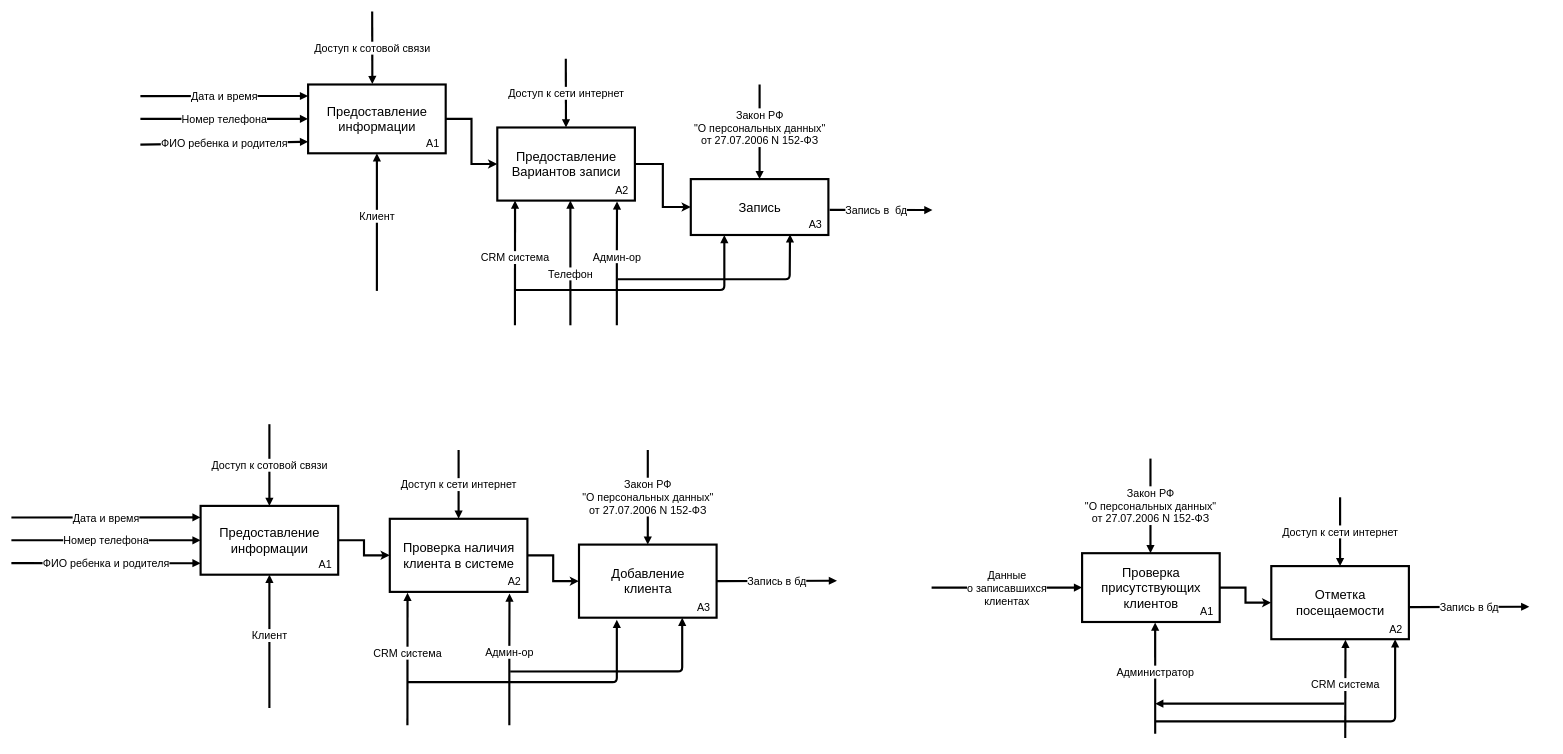
Above: TO_BE2.drawio in kirillgladkih/diplom (draw.io), before the change. Source tidied: cells renumbered, new cells numbered last; positions are measured from the earlier drawing's top-left corner, leaving out a move shared by most shapes. Both pictures are drawn from the tidied source at 43%, with x=0, y=0 at pixel (11, 11).
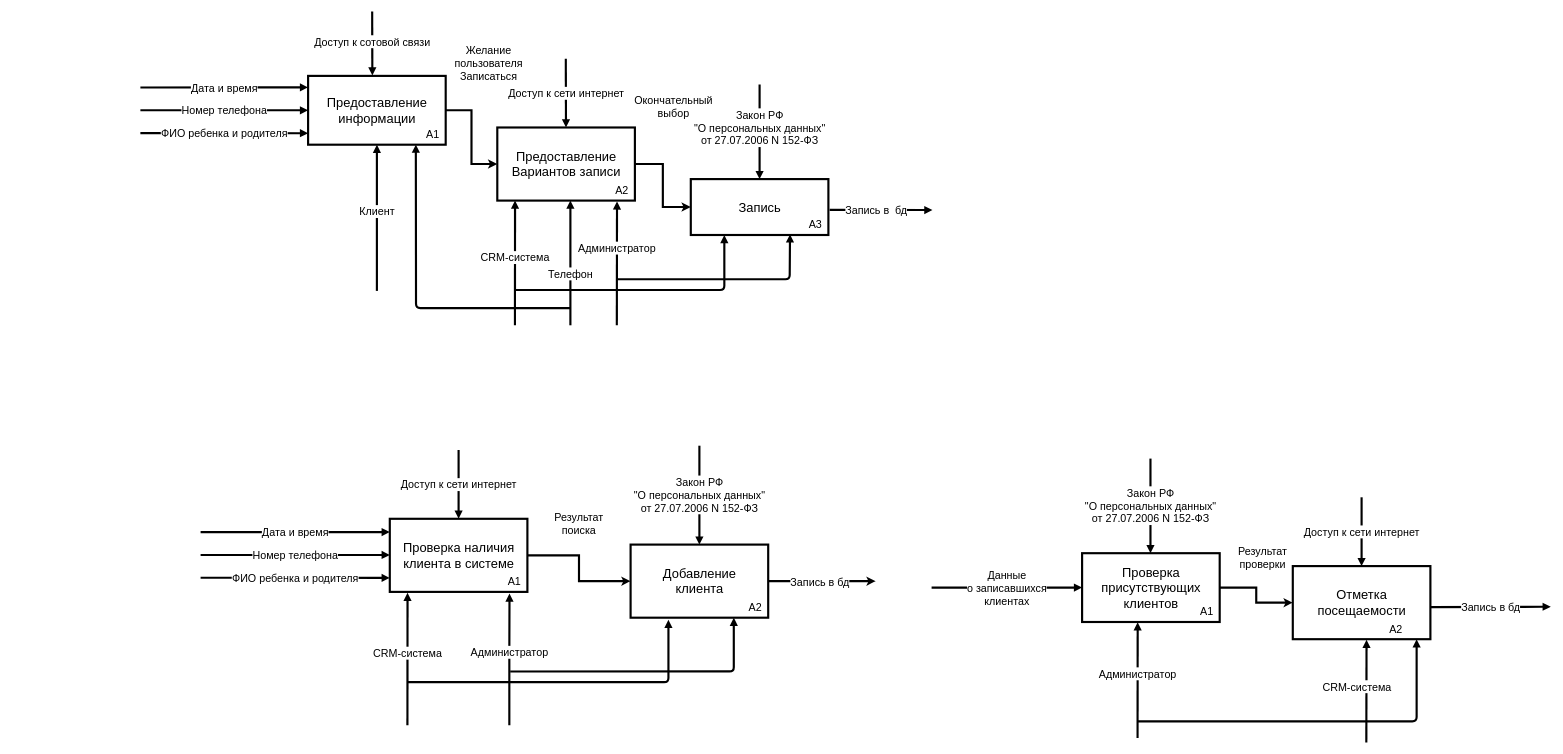
After the change.

Unchanged cells that the change refers to:
```xml
<mxCell id="11" value="&lt;div&gt;&lt;font style=&quot;font-size: 30px&quot;&gt;Проверка наличия&lt;/font&gt;&lt;/div&gt;&lt;div&gt;&lt;font style=&quot;font-size: 30px&quot;&gt;клиента в системе&lt;br&gt;&lt;/font&gt;&lt;/div&gt;" style="html=1;strokeWidth=5;" parent="1" vertex="1">
  <mxGeometry x="880" y="1180" width="320" height="170" as="geometry" />
</mxCell>
<mxCell id="45" value="&lt;div&gt;&lt;font style=&quot;font-size: 30px&quot;&gt;Проверка &lt;br&gt;&lt;/font&gt;&lt;/div&gt;&lt;div&gt;&lt;font style=&quot;font-size: 30px&quot;&gt;присутствующих&lt;/font&gt;&lt;/div&gt;&lt;div&gt;&lt;font style=&quot;font-size: 30px&quot;&gt;клиентов&lt;br&gt;&lt;/font&gt;&lt;/div&gt;" style="html=1;strokeWidth=5;" parent="1" vertex="1">
  <mxGeometry x="2490" y="1260" width="320" height="160" as="geometry" />
</mxCell>
```

Change to the diagram source:
```diff
@@
-    <mxCell id="3" style="edgeStyle=orthogonalEdgeStyle;rounded=0;jettySize=auto;html=1;entryX=0;entryY=0.5;entryDx=0;entryDy=0;strokeWidth=5;" parent="1" edge="1" source="4" target="11">
-      <mxGeometry relative="1" as="geometry" />
-    </mxCell>
-    <mxCell id="4" value="&lt;font style=&quot;font-size: 30px&quot;&gt;Предоставление&lt;br&gt;информации&lt;br&gt;&lt;/font&gt;" style="html=1;strokeWidth=5;" parent="1" vertex="1">
-      <mxGeometry x="440" y="1150" width="320" height="160" as="geometry" />
-    </mxCell>
-    <mxCell id="5" value="&lt;font&gt;&lt;font style=&quot;font-size: 25px&quot;&gt;Дата и время&lt;/font&gt;&lt;br&gt;&lt;/font&gt;" style="endArrow=block;endFill=1;endSize=6;html=1;strokeWidth=5;entryX=0;entryY=0.167;entryDx=0;entryDy=0;entryPerimeter=0;" parent="1" edge="1" target="4">
+    <mxCell id="5" value="&lt;font&gt;&lt;font style=&quot;font-size: 25px&quot;&gt;Дата и время&lt;/font&gt;&lt;br&gt;&lt;/font&gt;" style="endArrow=block;endFill=1;endSize=6;html=1;strokeWidth=5;entryX=0;entryY=0.167;entryDx=0;entryDy=0;entryPerimeter=0;" parent="1" edge="1">
       <mxGeometry relative="1" as="geometry">
-        <mxPoint y="1177" as="sourcePoint" />
+        <mxPoint x="440" y="1211.1" as="sourcePoint" />
+        <mxPoint x="880" y="1210.9" as="targetPoint" />
       </mxGeometry>
     </mxCell>
-    <mxCell id="6" value="&lt;font&gt;&lt;font style=&quot;font-size: 25px&quot;&gt;Номер телефона&lt;/font&gt;&lt;br&gt;&lt;/font&gt;" style="endArrow=block;endFill=1;endSize=6;html=1;strokeWidth=5;entryX=0;entryY=0.5;entryDx=0;entryDy=0;" parent="1" edge="1" target="4">
+    <mxCell id="6" value="&lt;font&gt;&lt;font style=&quot;font-size: 25px&quot;&gt;Номер телефона&lt;/font&gt;&lt;br&gt;&lt;/font&gt;" style="endArrow=block;endFill=1;endSize=6;html=1;strokeWidth=5;entryX=0;entryY=0.5;entryDx=0;entryDy=0;" parent="1" edge="1">
       <mxGeometry relative="1" as="geometry">
-        <mxPoint y="1230" as="sourcePoint" />
+        <mxPoint x="440" y="1264.1" as="sourcePoint" />
+        <mxPoint x="880" y="1264.1" as="targetPoint" />
       </mxGeometry>
     </mxCell>
-    <mxCell id="7" value="&lt;font&gt;&lt;font style=&quot;font-size: 25px&quot;&gt;ФИО ребенка и родителя&lt;/font&gt;&lt;br&gt;&lt;/font&gt;" style="endArrow=block;endFill=1;endSize=6;html=1;strokeWidth=5;entryX=0;entryY=0.833;entryDx=0;entryDy=0;entryPerimeter=0;" parent="1" edge="1" target="4">
+    <mxCell id="7" value="&lt;font&gt;&lt;font style=&quot;font-size: 25px&quot;&gt;ФИО ребенка и родителя&lt;/font&gt;&lt;br&gt;&lt;/font&gt;" style="endArrow=block;endFill=1;endSize=6;html=1;strokeWidth=5;entryX=0;entryY=0.833;entryDx=0;entryDy=0;entryPerimeter=0;" parent="1" edge="1">
       <mxGeometry relative="1" as="geometry">
-        <mxPoint y="1283" as="sourcePoint" />
+        <mxPoint x="440" y="1317.1" as="sourcePoint" />
+        <mxPoint x="880" y="1317.4" as="targetPoint" />
       </mxGeometry>
     </mxCell>
-    <mxCell id="8" value="&lt;font style=&quot;font-size: 25px&quot;&gt;A1&lt;/font&gt;" style="text;html=1;strokeColor=none;fillColor=none;align=center;verticalAlign=middle;whiteSpace=wrap;rounded=0;" parent="1" vertex="1">
-      <mxGeometry x="710" y="1270" width="40" height="30" as="geometry" />
-    </mxCell>
-    <mxCell id="9" value="&lt;font style=&quot;font-size: 25px&quot;&gt;Клиент&lt;/font&gt;" style="endArrow=block;endFill=1;endSize=6;html=1;strokeWidth=5;entryX=0.5;entryY=1;entryDx=0;entryDy=0;" parent="1" edge="1" target="4">
-      <mxGeometry x="0.09" relative="1" as="geometry">
-        <mxPoint x="600" y="1620" as="sourcePoint" />
-      </mxGeometry>
-    </mxCell>
@@
-    <mxCell id="12" value="&lt;font style=&quot;font-size: 25px&quot;&gt;A2&lt;/font&gt;" style="text;html=1;strokeColor=none;fillColor=none;align=center;verticalAlign=middle;whiteSpace=wrap;rounded=0;" parent="1" vertex="1">
+    <mxCell id="12" value="&lt;font style=&quot;font-size: 25px&quot;&gt;A1&lt;/font&gt;" style="text;html=1;strokeColor=none;fillColor=none;align=center;verticalAlign=middle;whiteSpace=wrap;rounded=0;" parent="1" vertex="1">
       <mxGeometry x="1150" y="1310" width="40" height="30" as="geometry" />
     </mxCell>
+    <mxCell id="57" style="edgeStyle=orthogonalEdgeStyle;rounded=0;jettySize=auto;html=1;strokeWidth=5;" parent="1" edge="1" source="13">
+      <mxGeometry relative="1" as="geometry">
+        <mxPoint x="2010" y="1325" as="targetPoint" />
+      </mxGeometry>
+    </mxCell>
+    <mxCell id="19" value="&lt;font style=&quot;font-size: 25px&quot;&gt;Запись в бд&lt;br&gt;&lt;/font&gt;" style="edgeLabel;html=1;align=center;verticalAlign=middle;" parent="57" vertex="1">
+      <mxGeometry x="-0.27" y="5" relative="1" as="geometry">
+        <mxPoint x="28.2" y="5" as="offset" />
+      </mxGeometry>
+    </mxCell>
     <mxCell id="13" value="&lt;div&gt;&lt;font style=&quot;font-size: 30px&quot;&gt;Добавление &lt;br&gt;&lt;/font&gt;&lt;/div&gt;&lt;div&gt;&lt;font style=&quot;font-size: 30px&quot;&gt;клиента&lt;br&gt;&lt;/font&gt;&lt;/div&gt;" style="html=1;strokeWidth=5;" parent="1" vertex="1">
-      <mxGeometry x="1320" y="1240" width="320" height="170" as="geometry" />
+      <mxGeometry x="1440" y="1240" width="320" height="170" as="geometry" />
     </mxCell>
-    <mxCell id="14" value="&lt;font style=&quot;font-size: 25px&quot;&gt;A3&lt;/font&gt;" style="text;html=1;strokeColor=none;fillColor=none;align=center;verticalAlign=middle;whiteSpace=wrap;rounded=0;" parent="1" vertex="1">
-      <mxGeometry x="1590" y="1370" width="40" height="30" as="geometry" />
+    <mxCell id="14" value="&lt;font style=&quot;font-size: 25px&quot;&gt;A2&lt;/font&gt;" style="text;html=1;strokeColor=none;fillColor=none;align=center;verticalAlign=middle;whiteSpace=wrap;rounded=0;" parent="1" vertex="1">
+      <mxGeometry x="1710" y="1370" width="40" height="30" as="geometry" />
     </mxCell>
-    <mxCell id="15" value="&lt;font style=&quot;font-size: 25px&quot;&gt;CRM система&lt;br&gt;&lt;/font&gt;" style="endArrow=block;endFill=1;endSize=6;html=1;strokeWidth=5;entryX=0.129;entryY=1.012;entryDx=0;entryDy=0;entryPerimeter=0;" parent="1" edge="1" target="11">
+    <mxCell id="15" value="&lt;font style=&quot;font-size: 25px&quot;&gt;CRM-система&lt;br&gt;&lt;/font&gt;" style="endArrow=block;endFill=1;endSize=6;html=1;strokeWidth=5;entryX=0.129;entryY=1.012;entryDx=0;entryDy=0;entryPerimeter=0;" parent="1" edge="1" target="11">
       <mxGeometry x="0.09" relative="1" as="geometry">
         <mxPoint x="921" y="1660" as="sourcePoint" />
       </mxGeometry>
     </mxCell>
-    <mxCell id="16" value="&lt;span style=&quot;font-size: 25px&quot;&gt;Админ-ор&lt;/span&gt;" style="endArrow=block;endFill=1;endSize=6;html=1;strokeWidth=5;entryX=0.87;entryY=1.023;entryDx=0;entryDy=0;entryPerimeter=0;" parent="1" edge="1" target="11">
+    <mxCell id="16" value="&lt;span style=&quot;font-size: 25px&quot;&gt;Администратор&lt;br&gt;&lt;/span&gt;" style="endArrow=block;endFill=1;endSize=6;html=1;strokeWidth=5;entryX=0.87;entryY=1.023;entryDx=0;entryDy=0;entryPerimeter=0;" parent="1" edge="1" target="11">
       <mxGeometry x="0.11" relative="1" as="geometry">
         <mxPoint x="1158" y="1660" as="sourcePoint" />
         <Array as="points">
           <mxPoint x="1158" y="1490" />
         </Array>
       </mxGeometry>
     </mxCell>
     <mxCell id="17" style="endArrow=block;endFill=1;endSize=6;html=1;strokeWidth=5;entryX=0.275;entryY=1.029;entryDx=0;entryDy=0;entryPerimeter=0;" parent="1" edge="1" target="13">
       <mxGeometry x="0.09" relative="1" as="geometry">
         <mxPoint x="920" y="1560" as="sourcePoint" />
         <Array as="points">
-          <mxPoint x="1408" y="1560" />
+          <mxPoint x="1528" y="1560" />
         </Array>
       </mxGeometry>
     </mxCell>
     <mxCell id="18" style="endArrow=block;endFill=1;endSize=6;html=1;strokeWidth=5;entryX=0.75;entryY=1;entryDx=0;entryDy=0;" parent="1" edge="1" target="13">
       <mxGeometry x="0.09" relative="1" as="geometry">
         <mxPoint x="1160" y="1535.1" as="sourcePoint" />
         <Array as="points">
-          <mxPoint x="1560" y="1535" />
+          <mxPoint x="1680" y="1535" />
         </Array>
       </mxGeometry>
     </mxCell>
-    <mxCell id="19" value="&lt;font&gt;&lt;font style=&quot;font-size: 25px&quot;&gt;Запись в бд&lt;br&gt;&lt;/font&gt;&lt;/font&gt;" style="endArrow=block;endFill=1;endSize=6;html=1;strokeWidth=5;exitX=1;exitY=0.5;exitDx=0;exitDy=0;" parent="1" edge="1" source="13">
-      <mxGeometry relative="1" as="geometry">
-        <mxPoint x="1920" y="1324" as="targetPoint" />
-      </mxGeometry>
-    </mxCell>
     <mxCell id="20" value="&lt;font style=&quot;font-size: 25px&quot;&gt;&lt;div&gt;Закон РФ&lt;/div&gt;&lt;div&gt;&quot;О персональных данных&quot;&lt;/div&gt;&lt;div&gt;от 27.07.2006 N 152-ФЗ&lt;/div&gt;&lt;/font&gt;" style="endArrow=block;endFill=1;endSize=6;html=1;strokeWidth=5;entryX=0.5;entryY=0;entryDx=0;entryDy=0;" parent="1" edge="1" target="13">
       <mxGeometry relative="1" as="geometry">
-        <mxPoint x="1480" y="1020" as="sourcePoint" />
+        <mxPoint x="1600" y="1010" as="sourcePoint" />
         <mxPoint y="-1" as="offset" />
       </mxGeometry>
     </mxCell>
@@
-    <mxCell id="22" value="&lt;font&gt;&lt;font style=&quot;font-size: 25px&quot;&gt;Доступ к сотовой связи&lt;/font&gt;&lt;br&gt;&lt;/font&gt;" style="endArrow=block;endFill=1;endSize=6;html=1;strokeWidth=5;entryX=0.5;entryY=0;entryDx=0;entryDy=0;" parent="1" edge="1" target="4">
-      <mxGeometry relative="1" as="geometry">
-        <mxPoint x="600" y="960" as="sourcePoint" />
-      </mxGeometry>
-    </mxCell>
@@
     <mxCell id="24" value="&lt;font style=&quot;font-size: 30px&quot;&gt;Предоставление&lt;br&gt;информации&lt;br&gt;&lt;/font&gt;" style="html=1;strokeWidth=5;" parent="1" vertex="1">
-      <mxGeometry x="690" y="170" width="320" height="160" as="geometry" />
+      <mxGeometry x="690" y="150" width="320" height="160" as="geometry" />
     </mxCell>
     <mxCell id="25" value="&lt;font&gt;&lt;font style=&quot;font-size: 25px&quot;&gt;Доступ к сотовой связи&lt;/font&gt;&lt;br&gt;&lt;/font&gt;" style="endArrow=block;endFill=1;endSize=6;html=1;strokeWidth=5;entryX=0.467;entryY=-0.006;entryDx=0;entryDy=0;entryPerimeter=0;" parent="1" edge="1" target="24">
-      <mxGeometry relative="1" as="geometry">
+      <mxGeometry x="-0.06" relative="1" as="geometry">
         <mxPoint x="839" as="sourcePoint" />
       </mxGeometry>
     </mxCell>
     <mxCell id="26" value="&lt;font&gt;&lt;font style=&quot;font-size: 25px&quot;&gt;Дата и время&lt;/font&gt;&lt;br&gt;&lt;/font&gt;" style="endArrow=block;endFill=1;endSize=6;html=1;strokeWidth=5;entryX=0;entryY=0.167;entryDx=0;entryDy=0;entryPerimeter=0;" parent="1" edge="1" target="24">
       <mxGeometry relative="1" as="geometry">
-        <mxPoint x="300" y="197" as="sourcePoint" />
+        <mxPoint x="300" y="177" as="sourcePoint" />
       </mxGeometry>
     </mxCell>
     <mxCell id="27" value="&lt;font&gt;&lt;font style=&quot;font-size: 25px&quot;&gt;Номер телефона&lt;/font&gt;&lt;br&gt;&lt;/font&gt;" style="endArrow=block;endFill=1;endSize=6;html=1;strokeWidth=5;entryX=0;entryY=0.5;entryDx=0;entryDy=0;" parent="1" edge="1" target="24">
       <mxGeometry relative="1" as="geometry">
-        <mxPoint x="300" y="250" as="sourcePoint" />
+        <mxPoint x="300" y="230" as="sourcePoint" />
       </mxGeometry>
     </mxCell>
     <mxCell id="28" value="&lt;font&gt;&lt;font style=&quot;font-size: 25px&quot;&gt;ФИО ребенка и родителя&lt;/font&gt;&lt;br&gt;&lt;/font&gt;" style="endArrow=block;endFill=1;endSize=6;html=1;strokeWidth=5;entryX=0;entryY=0.833;entryDx=0;entryDy=0;entryPerimeter=0;" parent="1" edge="1" target="24">
       <mxGeometry relative="1" as="geometry">
-        <mxPoint x="300" y="310" as="sourcePoint" />
+        <mxPoint x="300" y="283" as="sourcePoint" />
       </mxGeometry>
     </mxCell>
@@
     <mxCell id="35" value="&lt;font style=&quot;font-size: 25px&quot;&gt;A1&lt;/font&gt;" style="text;html=1;strokeColor=none;fillColor=none;align=center;verticalAlign=middle;whiteSpace=wrap;rounded=0;" parent="1" vertex="1">
-      <mxGeometry x="960" y="290" width="40" height="30" as="geometry" />
+      <mxGeometry x="960" y="270" width="40" height="30" as="geometry" />
     </mxCell>
@@
-    <mxCell id="39" value="&lt;font style=&quot;font-size: 25px&quot;&gt;CRM система&lt;br&gt;&lt;/font&gt;" style="endArrow=block;endFill=1;endSize=6;html=1;strokeWidth=5;entryX=0.129;entryY=1.012;entryDx=0;entryDy=0;entryPerimeter=0;" parent="1" edge="1">
+    <mxCell id="39" value="&lt;font style=&quot;font-size: 25px&quot;&gt;CRM-система&lt;br&gt;&lt;/font&gt;" style="endArrow=block;endFill=1;endSize=6;html=1;strokeWidth=5;entryX=0.129;entryY=1.012;entryDx=0;entryDy=0;entryPerimeter=0;" parent="1" edge="1">
       <mxGeometry x="0.09" relative="1" as="geometry">
         <mxPoint x="1171" y="730" as="sourcePoint" />
         <mxPoint x="1171.3" y="440" as="targetPoint" />
       </mxGeometry>
     </mxCell>
-    <mxCell id="40" value="&lt;span style=&quot;font-size: 25px&quot;&gt;Админ-ор&lt;/span&gt;" style="endArrow=block;endFill=1;endSize=6;html=1;strokeWidth=5;entryX=0.87;entryY=1.023;entryDx=0;entryDy=0;entryPerimeter=0;" parent="1" edge="1">
-      <mxGeometry x="0.11" relative="1" as="geometry">
+    <mxCell id="40" value="&lt;span style=&quot;font-size: 25px&quot;&gt;Администратор&lt;/span&gt;" style="endArrow=block;endFill=1;endSize=6;html=1;strokeWidth=5;entryX=0.87;entryY=1.023;entryDx=0;entryDy=0;entryPerimeter=0;" parent="1" edge="1">
+      <mxGeometry x="0.25" relative="1" as="geometry">
         <mxPoint x="1408" y="730" as="sourcePoint" />
         <mxPoint x="1408.4" y="441.9" as="targetPoint" />
-        <Array as="points">
-          <mxPoint x="1408" y="578" />
-        </Array>
       </mxGeometry>
     </mxCell>
@@
     <mxCell id="48" value="&lt;div&gt;&lt;font style=&quot;font-size: 30px&quot;&gt;Отметка &lt;br&gt;&lt;/font&gt;&lt;/div&gt;&lt;div&gt;&lt;font style=&quot;font-size: 30px&quot;&gt;посещаемости&lt;br&gt;&lt;/font&gt;&lt;/div&gt;" style="html=1;strokeWidth=5;" parent="1" vertex="1">
-      <mxGeometry x="2930" y="1290" width="320" height="170" as="geometry" />
+      <mxGeometry x="2980" y="1290" width="320" height="170" as="geometry" />
     </mxCell>
@@
-    <mxCell id="50" value="&lt;font style=&quot;font-size: 25px&quot;&gt;CRM система&lt;br&gt;&lt;/font&gt;" style="endArrow=block;endFill=1;endSize=6;html=1;strokeWidth=5;entryX=0.539;entryY=1.008;entryDx=0;entryDy=0;entryPerimeter=0;" parent="1" edge="1" target="48">
-      <mxGeometry x="0.09" relative="1" as="geometry">
-        <mxPoint x="3102" y="1690" as="sourcePoint" />
+    <mxCell id="50" value="&lt;font style=&quot;font-size: 25px&quot;&gt;CRM-система&lt;br&gt;&lt;/font&gt;" style="endArrow=block;endFill=1;endSize=6;html=1;strokeWidth=5;entryX=0.539;entryY=1.008;entryDx=0;entryDy=0;entryPerimeter=0;" parent="1" edge="1">
+      <mxGeometry x="0.09" y="22" relative="1" as="geometry">
+        <mxPoint x="3151" y="1700" as="sourcePoint" />
+        <mxPoint x="3151.5" y="1461.4" as="targetPoint" />
       </mxGeometry>
     </mxCell>
-    <mxCell id="51" value="&lt;span style=&quot;font-size: 25px&quot;&gt;Администратор&lt;br&gt;&lt;/span&gt;" style="endArrow=block;endFill=1;endSize=6;html=1;strokeWidth=5;entryX=0.531;entryY=1.007;entryDx=0;entryDy=0;entryPerimeter=0;" parent="1" edge="1" target="45">
+    <mxCell id="51" value="&lt;span style=&quot;font-size: 25px&quot;&gt;Администратор&lt;br&gt;&lt;/span&gt;" style="endArrow=block;endFill=1;endSize=6;html=1;strokeWidth=5;entryX=0.404;entryY=1.003;entryDx=0;entryDy=0;entryPerimeter=0;" parent="1" edge="1" target="45">
       <mxGeometry x="0.11" relative="1" as="geometry">
-        <mxPoint x="2660" y="1680" as="sourcePoint" />
+        <mxPoint x="2619" y="1690" as="sourcePoint" />
       </mxGeometry>
     </mxCell>
     <mxCell id="52" value="&lt;font&gt;&lt;font style=&quot;font-size: 25px&quot;&gt;Запись в бд&lt;br&gt;&lt;/font&gt;&lt;/font&gt;" style="endArrow=block;endFill=1;endSize=6;html=1;strokeWidth=5;exitX=1;exitY=0.5;exitDx=0;exitDy=0;" parent="1" edge="1">
       <mxGeometry relative="1" as="geometry">
-        <mxPoint x="3250" y="1385.5" as="sourcePoint" />
-        <mxPoint x="3530" y="1384.5" as="targetPoint" />
+        <mxPoint x="3300" y="1385.5" as="sourcePoint" />
+        <mxPoint x="3580" y="1384.5" as="targetPoint" />
       </mxGeometry>
     </mxCell>
@@
     <mxCell id="54" value="&lt;font&gt;&lt;font style=&quot;font-size: 25px&quot;&gt;Доступ к сети интернет&lt;br&gt;&lt;/font&gt;&lt;/font&gt;" style="endArrow=block;endFill=1;endSize=6;html=1;strokeWidth=5;entryX=0.5;entryY=0;entryDx=0;entryDy=0;" parent="1" edge="1" target="48">
       <mxGeometry relative="1" as="geometry">
-        <mxPoint x="3090" y="1130" as="sourcePoint" />
+        <mxPoint x="3140" y="1130" as="sourcePoint" />
       </mxGeometry>
     </mxCell>
-    <mxCell id="55" style="endArrow=block;endFill=1;endSize=6;html=1;strokeWidth=5;" parent="1" edge="1">
-      <mxGeometry relative="1" as="geometry">
-        <mxPoint x="3100" y="1610" as="sourcePoint" />
-        <mxPoint x="2660" y="1610" as="targetPoint" />
-      </mxGeometry>
-    </mxCell>
-    <mxCell id="56" style="endArrow=block;endFill=1;endSize=6;html=1;strokeWidth=5;exitX=1;exitY=0.5;exitDx=0;exitDy=0;entryX=0.9;entryY=1.002;entryDx=0;entryDy=0;entryPerimeter=0;" parent="1" edge="1" target="48">
+    <mxCell id="56" style="endArrow=block;endFill=1;endSize=6;html=1;strokeWidth=5;entryX=0.9;entryY=1.002;entryDx=0;entryDy=0;entryPerimeter=0;" parent="1" edge="1" target="48">
       <mxGeometry relative="1" as="geometry">
-        <mxPoint x="2660" y="1651" as="sourcePoint" />
+        <mxPoint x="2620" y="1651" as="sourcePoint" />
         <Array as="points">
-          <mxPoint x="3218" y="1651" />
+          <mxPoint x="3268" y="1651" />
         </Array>
       </mxGeometry>
     </mxCell>
+    <mxCell id="58" style="endArrow=block;endFill=1;endSize=6;html=1;strokeWidth=5;entryX=0.783;entryY=0.999;entryDx=0;entryDy=0;entryPerimeter=0;" parent="1" edge="1" target="24">
+      <mxGeometry x="-0.17" relative="1" as="geometry">
+        <mxPoint x="1300" y="690" as="sourcePoint" />
+        <Array as="points">
+          <mxPoint x="941" y="690" />
+        </Array>
+      </mxGeometry>
+    </mxCell>
+    <mxCell id="59" value="&lt;div&gt;&lt;font style=&quot;font-size: 25px&quot;&gt;Желание пользователя&lt;/font&gt;&lt;/div&gt;&lt;div&gt;&lt;font style=&quot;font-size: 25px&quot;&gt;Записаться&lt;br&gt;&lt;/font&gt;&lt;/div&gt;" style="text;html=1;strokeColor=none;fillColor=none;align=center;verticalAlign=middle;whiteSpace=wrap;rounded=0;" parent="1" vertex="1">
+      <mxGeometry x="1090" y="110" width="40" height="20" as="geometry" />
+    </mxCell>
+    <mxCell id="60" value="&lt;div&gt;&lt;font style=&quot;font-size: 25px&quot;&gt;Окончательный &lt;br&gt;&lt;/font&gt;&lt;/div&gt;&lt;div&gt;&lt;font style=&quot;font-size: 25px&quot;&gt;выбор&lt;br&gt;&lt;/font&gt;&lt;/div&gt;" style="text;html=1;strokeColor=none;fillColor=none;align=center;verticalAlign=middle;whiteSpace=wrap;rounded=0;" parent="1" vertex="1">
+      <mxGeometry x="1520" y="210" width="40" height="20" as="geometry" />
+    </mxCell>
+    <mxCell id="61" value="&lt;div&gt;&lt;font style=&quot;font-size: 25px&quot;&gt;Результат поиска&lt;br&gt;&lt;/font&gt;&lt;/div&gt;" style="text;html=1;strokeColor=none;fillColor=none;align=center;verticalAlign=middle;whiteSpace=wrap;rounded=0;" parent="1" vertex="1">
+      <mxGeometry x="1300" y="1180" width="40" height="20" as="geometry" />
+    </mxCell>
+    <mxCell id="62" value="&lt;div&gt;&lt;font style=&quot;font-size: 25px&quot;&gt;Результат проверки&lt;/font&gt;&lt;/div&gt;" style="text;html=1;strokeColor=none;fillColor=none;align=center;verticalAlign=middle;whiteSpace=wrap;rounded=0;" parent="1" vertex="1">
+      <mxGeometry x="2890" y="1260" width="40" height="20" as="geometry" />
+    </mxCell>
```
